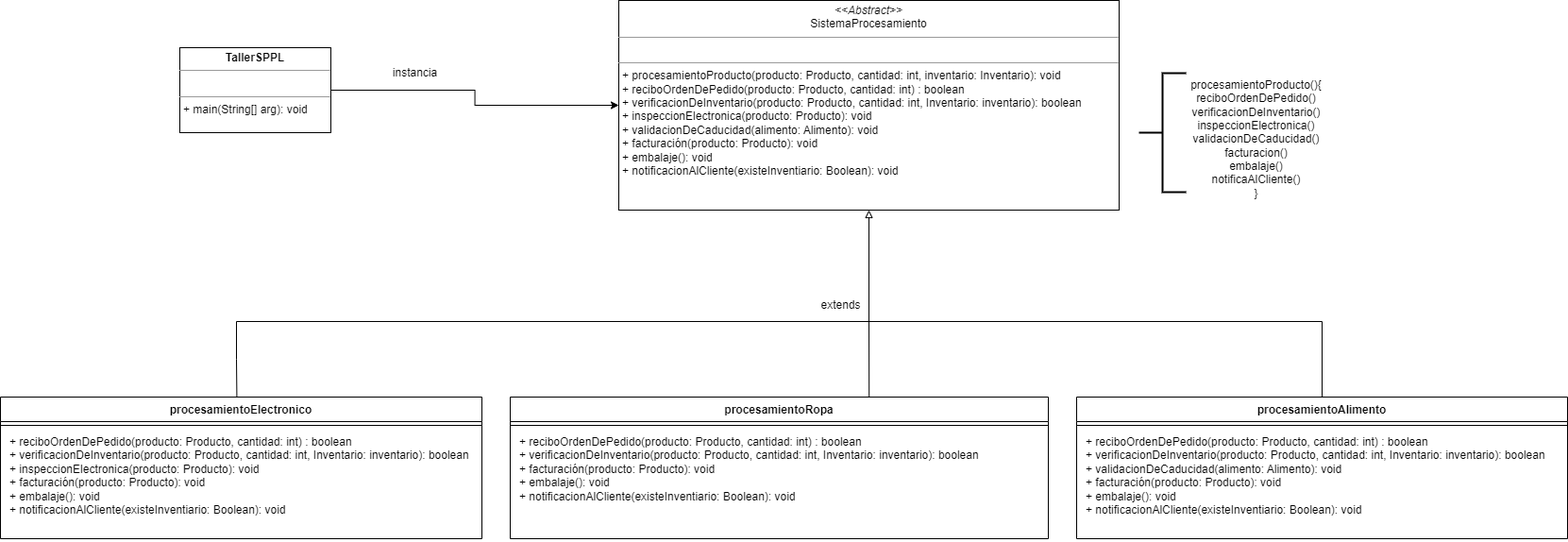
Earlier version of the draw.io export src/main/resources/images/Problema1-UML.png (angiekroll/patrones-diseno). Source tidied: cells renumbered, new cells last; positions are measured from the earlier drawing's top-left corner, leaving out a move shared by most shapes.
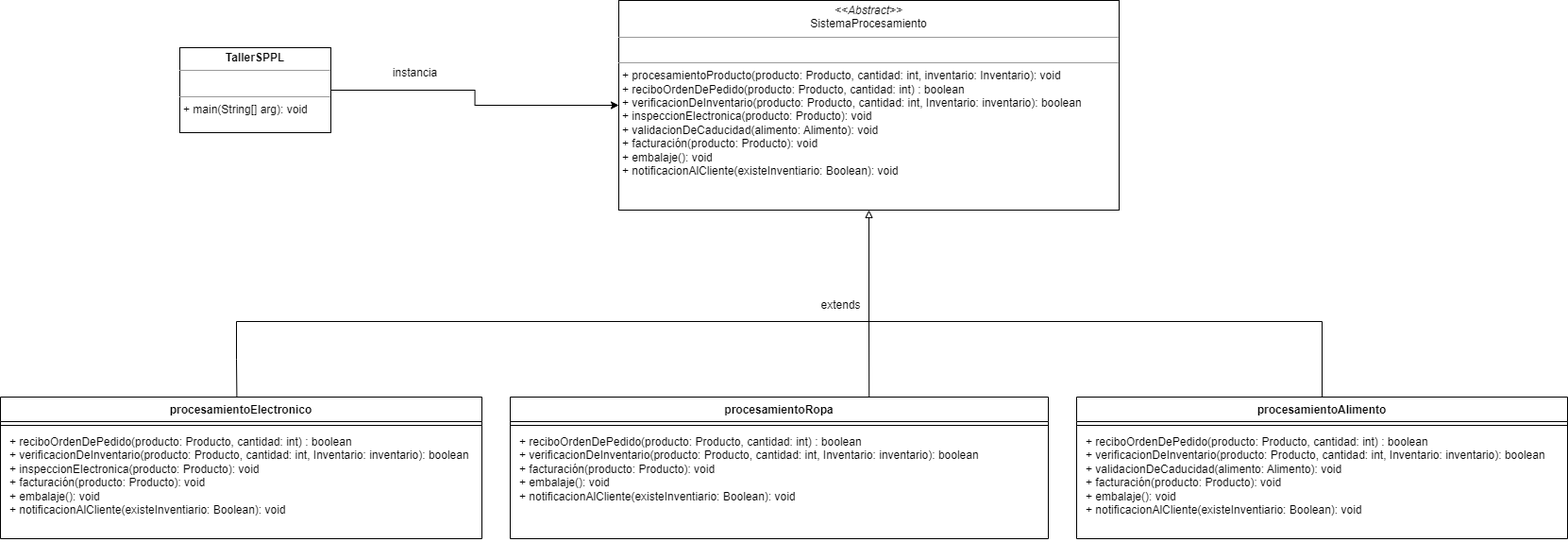
After the commit.

Commit message:
Actualiza imagen problema 1

The edit, as a diff of the source:
```diff
@@ -2,9 +2,6 @@
   <root>
     <mxCell id="0" />
     <mxCell id="1" parent="0" />
-    <mxCell id="2" value="procesamientoProducto(){&lt;br&gt;reciboOrdenDePedido()&lt;br&gt;verificacionDeInventario()&lt;br&gt;inspeccionElectronica()&lt;br&gt;validacionDeCaducidad()&lt;br&gt;facturacion()&lt;br&gt;embalaje()&lt;br&gt;notificaAlCliente()&lt;br&gt;}" style="text;html=1;align=center;verticalAlign=middle;strokeColor=none;fillColor=none;" parent="1" vertex="1">
-      <mxGeometry x="1250" y="77" width="160" height="140" as="geometry" />
-    </mxCell>
     <mxCell id="3" value="procesamientoElectronico" style="swimlane;fontStyle=1;align=center;verticalAlign=top;horizontal=1;startSize=26;whiteSpace=wrap;html=1;" parent="1" vertex="1">
       <mxGeometry y="420" width="510" height="150" as="geometry" />
     </mxCell>
@@ -44,9 +41,6 @@
     <mxCell id="15" value="instancia" style="text;html=1;align=center;verticalAlign=middle;strokeColor=none;fillColor=none;" parent="1" vertex="1">
       <mxGeometry x="404" y="62" width="70" height="30" as="geometry" />
     </mxCell>
-    <mxCell id="16" style="strokeWidth=2;html=1;shape=mxgraph.flowchart.annotation_2;align=left;labelPosition=right;" parent="1" vertex="1">
-      <mxGeometry x="1206" y="77" width="50" height="126" as="geometry" />
-    </mxCell>
     <mxCell id="17" style="endArrow=none;html=1;rounded=0;exitX=0.491;exitY=-0.002;exitDx=0;exitDy=0;exitPerimeter=0;" parent="1" edge="1" source="3">
       <mxGeometry relative="1" as="geometry">
         <mxPoint x="250" y="340" as="targetPoint" />
```
